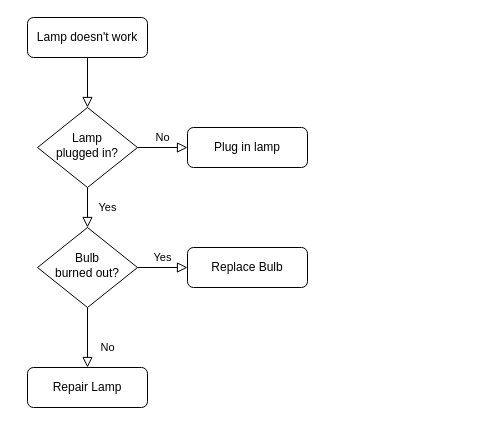
Earlier version of the draw.io diagram Untitled Diagram.drawio (namirahrasul/BankingManagementSystem). Source tidied: cells renumbered, new cells numbered last; positions are measured from the earlier drawing's top-left corner, leaving out a move shared by most shapes. Both pictures are drawn from the tidied source at 100%, with x=0, y=0 at pixel (27, 17).
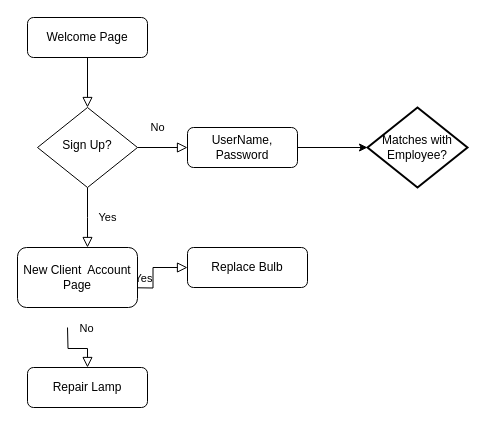
Above is the later version.

Change to the diagram source:
```diff
@@
 <mxGraphModel>
   <root>
     <mxCell id="0" />
     <mxCell id="1" parent="0" />
     <mxCell id="2" style="rounded=0;html=1;jettySize=auto;fontSize=11;endArrow=block;endFill=0;endSize=8;strokeWidth=1;shadow=0;labelBackgroundColor=none;edgeStyle=orthogonalEdgeStyle;" parent="1" edge="1" source="3" target="6">
       <mxGeometry relative="1" as="geometry" />
     </mxCell>
-    <mxCell id="3" value="Lamp doesn't work" style="rounded=1;whiteSpace=wrap;html=1;fontSize=12;glass=0;strokeWidth=1;shadow=0;" parent="1" vertex="1">
+    <mxCell id="3" value="Welcome Page" style="rounded=1;whiteSpace=wrap;html=1;fontSize=12;glass=0;strokeWidth=1;shadow=0;" parent="1" vertex="1">
       <mxGeometry width="120" height="40" as="geometry" />
     </mxCell>
-    <mxCell id="4" value="Yes" style="rounded=0;html=1;jettySize=auto;fontSize=11;endArrow=block;endFill=0;endSize=8;strokeWidth=1;shadow=0;labelBackgroundColor=none;edgeStyle=orthogonalEdgeStyle;" parent="1" edge="1" source="6" target="10">
-      <mxGeometry y="20" relative="1" as="geometry" />
+    <mxCell id="4" value="Yes" style="rounded=0;html=1;jettySize=auto;fontSize=11;endArrow=block;endFill=0;endSize=8;strokeWidth=1;shadow=0;labelBackgroundColor=none;edgeStyle=orthogonalEdgeStyle;" parent="1" edge="1" source="6" target="14">
+      <mxGeometry y="20" relative="1" as="geometry">
+        <Array as="points">
+          <mxPoint x="60" y="200" />
+          <mxPoint x="60" y="200" />
+        </Array>
+      </mxGeometry>
     </mxCell>
     <mxCell id="5" value="No" style="edgeStyle=orthogonalEdgeStyle;rounded=0;html=1;jettySize=auto;fontSize=11;endArrow=block;endFill=0;endSize=8;strokeWidth=1;shadow=0;labelBackgroundColor=none;" parent="1" edge="1" source="6" target="7">
-      <mxGeometry y="10" relative="1" as="geometry" />
+      <mxGeometry x="-0.2" y="20" relative="1" as="geometry" />
     </mxCell>
-    <mxCell id="6" value="Lamp&lt;br&gt;plugged in?" style="rhombus;whiteSpace=wrap;html=1;shadow=0;fontFamily=Helvetica;fontSize=12;align=center;strokeWidth=1;spacing=6;spacingTop=-4;" parent="1" vertex="1">
+    <mxCell id="6" value="Sign Up?" style="rhombus;whiteSpace=wrap;html=1;shadow=0;fontFamily=Helvetica;fontSize=12;align=center;strokeWidth=1;spacing=6;spacingTop=-4;" parent="1" vertex="1">
       <mxGeometry x="10" y="90" width="100" height="80" as="geometry" />
     </mxCell>
+    <mxCell id="13" style="edgeStyle=orthogonalEdgeStyle;rounded=0;jettySize=auto;html=1;" parent="1" edge="1" source="7" target="15">
+      <mxGeometry relative="1" as="geometry" />
+    </mxCell>
-    <mxCell id="7" value="Plug in lamp" style="rounded=1;whiteSpace=wrap;html=1;fontSize=12;glass=0;strokeWidth=1;shadow=0;" parent="1" vertex="1">
-      <mxGeometry x="160" y="110" width="120" height="40" as="geometry" />
+    <mxCell id="7" value="UserName, Password" style="rounded=1;whiteSpace=wrap;html=1;fontSize=12;glass=0;strokeWidth=1;shadow=0;" parent="1" vertex="1">
+      <mxGeometry x="160" y="110" width="110" height="40" as="geometry" />
     </mxCell>
-    <mxCell id="8" value="No" style="rounded=0;html=1;jettySize=auto;fontSize=11;endArrow=block;endFill=0;endSize=8;strokeWidth=1;shadow=0;labelBackgroundColor=none;edgeStyle=orthogonalEdgeStyle;" parent="1" edge="1" source="10" target="11">
-      <mxGeometry x="0.33" y="20" relative="1" as="geometry" />
+    <mxCell id="8" value="No" style="rounded=0;html=1;jettySize=auto;fontSize=11;endArrow=block;endFill=0;endSize=8;strokeWidth=1;shadow=0;labelBackgroundColor=none;edgeStyle=orthogonalEdgeStyle;" parent="1" edge="1" target="11">
+      <mxGeometry x="0.33" y="20" relative="1" as="geometry">
+        <mxPoint x="40" y="310" as="sourcePoint" />
+      </mxGeometry>
     </mxCell>
-    <mxCell id="9" value="Yes" style="edgeStyle=orthogonalEdgeStyle;rounded=0;html=1;jettySize=auto;fontSize=11;endArrow=block;endFill=0;endSize=8;strokeWidth=1;shadow=0;labelBackgroundColor=none;" parent="1" edge="1" source="10" target="12">
-      <mxGeometry y="10" relative="1" as="geometry" />
+    <mxCell id="9" value="Yes" style="edgeStyle=orthogonalEdgeStyle;rounded=0;html=1;jettySize=auto;fontSize=11;endArrow=block;endFill=0;endSize=8;strokeWidth=1;shadow=0;labelBackgroundColor=none;" parent="1" edge="1" target="12">
+      <mxGeometry y="10" relative="1" as="geometry">
+        <mxPoint x="90" y="270" as="sourcePoint" />
+      </mxGeometry>
     </mxCell>
-    <mxCell id="10" value="Bulb&lt;br&gt;burned out?" style="rhombus;whiteSpace=wrap;html=1;shadow=0;fontFamily=Helvetica;fontSize=12;align=center;strokeWidth=1;spacing=6;spacingTop=-4;" parent="1" vertex="1">
-      <mxGeometry x="10" y="210" width="100" height="80" as="geometry" />
-    </mxCell>
     <mxCell id="11" value="Repair Lamp" style="rounded=1;whiteSpace=wrap;html=1;fontSize=12;glass=0;strokeWidth=1;shadow=0;" parent="1" vertex="1">
       <mxGeometry y="350" width="120" height="40" as="geometry" />
     </mxCell>
     <mxCell id="12" value="Replace Bulb" style="rounded=1;whiteSpace=wrap;html=1;fontSize=12;glass=0;strokeWidth=1;shadow=0;" parent="1" vertex="1">
       <mxGeometry x="160" y="230" width="120" height="40" as="geometry" />
     </mxCell>
+    <mxCell id="14" value="New Client&amp;nbsp; Account Page" style="rounded=1;whiteSpace=wrap;html=1;" parent="1" vertex="1">
+      <mxGeometry x="-10" y="230" width="120" height="60" as="geometry" />
+    </mxCell>
+    <mxCell id="15" value="Matches with Employee?" style="strokeWidth=2;html=1;shape=mxgraph.flowchart.decision;whiteSpace=wrap;" parent="1" vertex="1">
+      <mxGeometry x="340" y="90" width="100" height="80" as="geometry" />
+    </mxCell>
   </root>
 </mxGraphModel>
```
